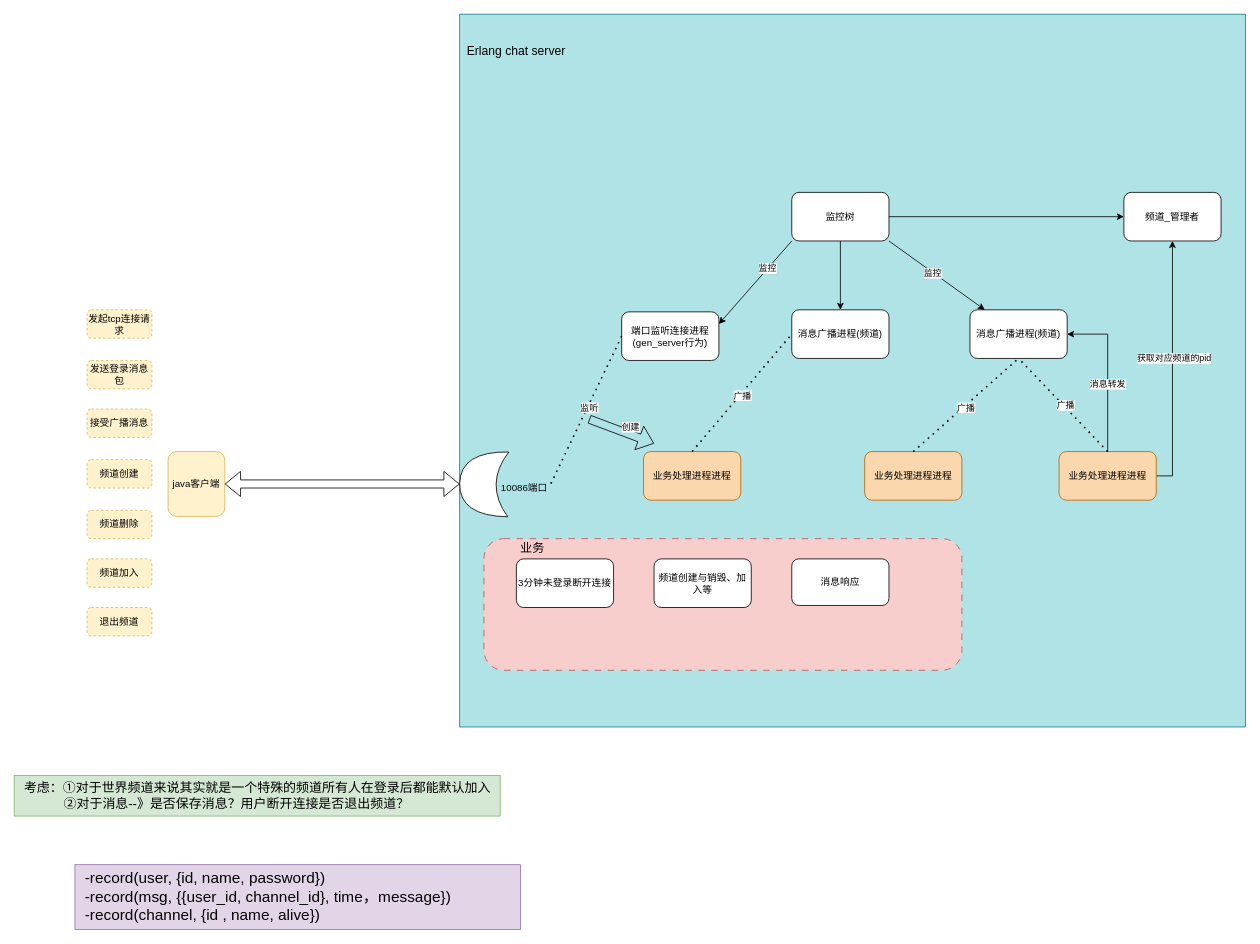
Earlier version of the draw.io diagram page "第 1 页" (1 of 3) of src/chat_server/思路.drawio (Sexy-Tunan/chat-room-server). Source tidied: cells renumbered, new cells numbered last; positions are measured from the earlier drawing's top-left corner, leaving out a move shared by most shapes. Both pictures are drawn from the tidied source at 81%, with x=0, y=0 at pixel (14, 14).
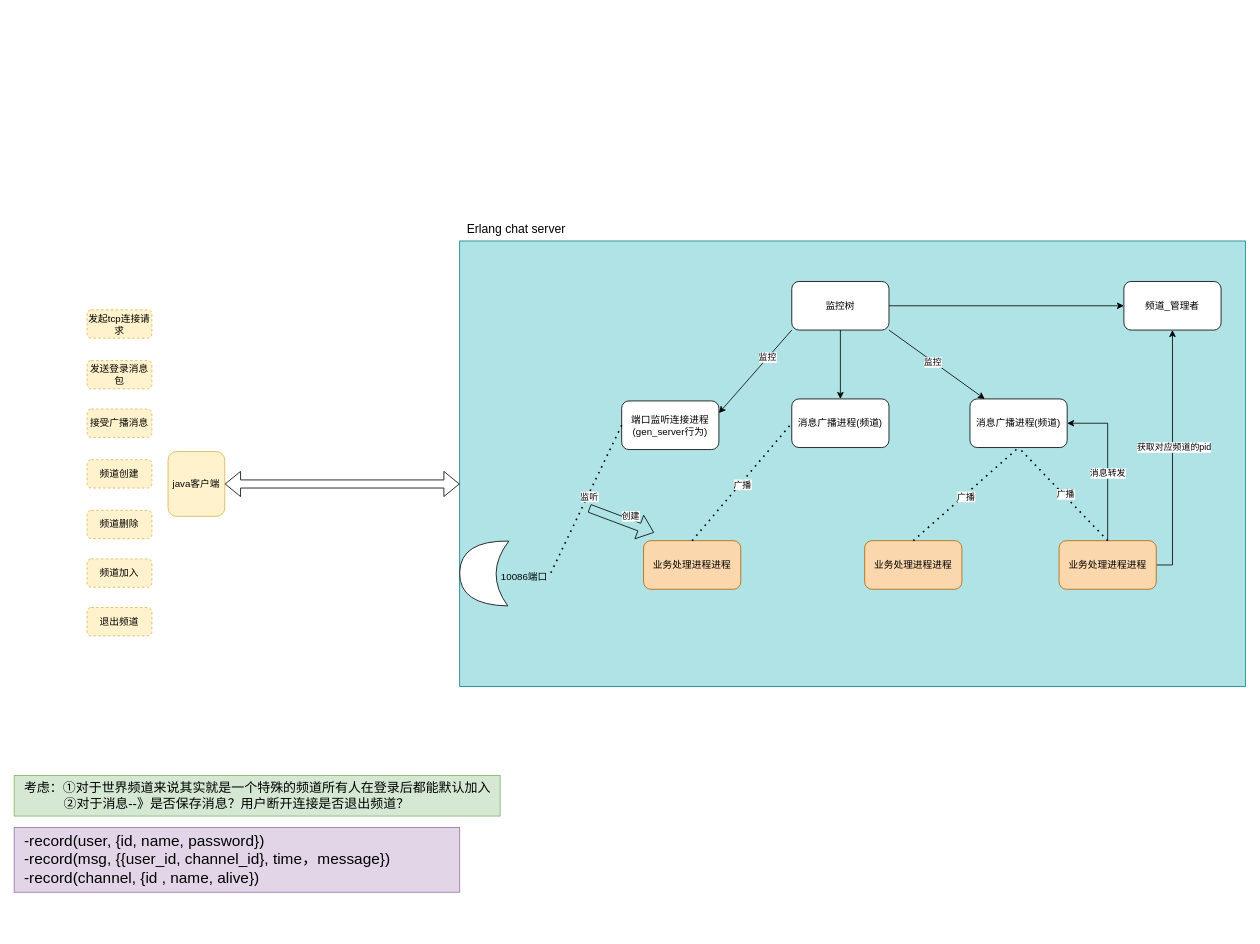
After the change.

Change to the diagram source:
```diff
@@
     <mxCell id="2" style="rounded=0;whiteSpace=wrap;html=1;fillColor=#b0e3e6;strokeColor=#0e8088;" parent="1" vertex="1">
-      <mxGeometry x="550" width="970" height="880" as="geometry" />
+      <mxGeometry x="550" y="280" width="970" height="550" as="geometry" />
     </mxCell>
-    <mxCell id="3" style="rounded=1;whiteSpace=wrap;html=1;dashed=1;dashPattern=8 8;fillColor=#f8cecc;strokeColor=#b85450;" parent="1" vertex="1">
-      <mxGeometry x="580" y="647.5" width="590" height="162.5" as="geometry" />
-    </mxCell>
@@
     <mxCell id="6" value="端口监听连接进程&lt;br&gt;(gen_server行为)" style="rounded=1;whiteSpace=wrap;html=1;" parent="1" vertex="1">
-      <mxGeometry x="750" y="367.5" width="120" height="60" as="geometry" />
+      <mxGeometry x="750" y="477.5" width="120" height="60" as="geometry" />
     </mxCell>
     <mxCell id="7" value="业务处理进程进程" style="rounded=1;whiteSpace=wrap;html=1;fillColor=#fad7ac;strokeColor=#b46504;" parent="1" vertex="1">
-      <mxGeometry x="777" y="540" width="120" height="60" as="geometry" />
+      <mxGeometry x="777" y="650" width="120" height="60" as="geometry" />
     </mxCell>
-    <mxCell id="8" value="3分钟未登录断开连接" style="rounded=1;whiteSpace=wrap;html=1;" parent="1" vertex="1">
-      <mxGeometry x="620" y="672.5" width="120" height="60" as="geometry" />
-    </mxCell>
@@
     <mxCell id="13" value="&lt;div style=&quot;text-align: left;&quot;&gt;&lt;span style=&quot;background-color: transparent; color: light-dark(rgb(0, 0, 0), rgb(255, 255, 255));&quot;&gt;&lt;font style=&quot;font-size: 19px;&quot;&gt;-record(user, {id, name, password})&lt;/font&gt;&lt;/span&gt;&lt;/div&gt;&lt;div style=&quot;text-align: left;&quot;&gt;&lt;span style=&quot;background-color: transparent; color: light-dark(rgb(0, 0, 0), rgb(255, 255, 255));&quot;&gt;&lt;font style=&quot;font-size: 19px;&quot;&gt;-record(msg, {{user_id, channel_id},&amp;nbsp;&lt;/font&gt;&lt;/span&gt;&lt;span style=&quot;font-size: 19px; background-color: transparent; color: light-dark(rgb(0, 0, 0), rgb(255, 255, 255));&quot;&gt;time，&lt;/span&gt;&lt;span style=&quot;font-size: 19px; background-color: transparent; color: light-dark(rgb(0, 0, 0), rgb(255, 255, 255));&quot;&gt;message})&amp;nbsp; &amp;nbsp; &amp;nbsp; &amp;nbsp; &amp;nbsp; &amp;nbsp; &amp;nbsp;&amp;nbsp;&lt;/span&gt;&lt;/div&gt;&lt;div style=&quot;text-align: left;&quot;&gt;&lt;font style=&quot;font-size: 19px;&quot;&gt;-record(channel, {id , name, alive})&lt;/font&gt;&lt;/div&gt;" style="text;html=1;align=center;verticalAlign=middle;strokeColor=#9673a6;fillColor=#e1d5e7;" parent="1" vertex="1">
-      <mxGeometry x="75" y="1050" width="550" height="80" as="geometry" />
+      <mxGeometry y="1004" width="550" height="80" as="geometry" />
     </mxCell>
@@
     <mxCell id="18" value="&lt;font style=&quot;font-size: 15px;&quot;&gt;Erlang chat server&lt;/font&gt;" style="text;html=1;align=center;verticalAlign=middle;whiteSpace=wrap;rounded=0;" parent="1" vertex="1">
-      <mxGeometry x="550" y="30" width="140" height="30" as="geometry" />
+      <mxGeometry x="550" y="250" width="140" height="30" as="geometry" />
     </mxCell>
     <mxCell id="19" style="shape=xor;whiteSpace=wrap;html=1;rotation=-179;" parent="1" vertex="1">
-      <mxGeometry x="550" y="540" width="60" height="80" as="geometry" />
+      <mxGeometry x="550" y="650" width="60" height="80" as="geometry" />
     </mxCell>
     <mxCell id="20" value="10086端口" style="text;html=1;align=center;verticalAlign=middle;whiteSpace=wrap;rounded=0;" parent="1" vertex="1">
-      <mxGeometry x="600" y="570" width="60" height="30" as="geometry" />
+      <mxGeometry x="600" y="680" width="60" height="30" as="geometry" />
     </mxCell>
@@
     <mxCell id="23" style="shape=flexArrow;endArrow=classic;html=1;rounded=0;" parent="1" edge="1">
       <mxGeometry relative="1" as="geometry">
-        <mxPoint x="710" y="500" as="sourcePoint" />
-        <mxPoint x="790" y="530" as="targetPoint" />
+        <mxPoint x="710" y="610" as="sourcePoint" />
+        <mxPoint x="790" y="640" as="targetPoint" />
       </mxGeometry>
     </mxCell>
@@
-    <mxCell id="25" value="&lt;font style=&quot;font-size: 15px;&quot;&gt;业务&lt;/font&gt;" style="text;html=1;align=center;verticalAlign=middle;whiteSpace=wrap;rounded=0;" parent="1" vertex="1">
-      <mxGeometry x="605" y="642.5" width="70" height="30" as="geometry" />
-    </mxCell>
@@
     <mxCell id="28" value="监控树" style="rounded=1;whiteSpace=wrap;html=1;" parent="1" vertex="1">
-      <mxGeometry x="960" y="220" width="120" height="60" as="geometry" />
+      <mxGeometry x="960" y="330" width="120" height="60" as="geometry" />
     </mxCell>
@@
     <mxCell id="31" value="消息广播进程(频道)" style="rounded=1;whiteSpace=wrap;html=1;" parent="1" vertex="1">
-      <mxGeometry x="960" y="365" width="120" height="60" as="geometry" />
+      <mxGeometry x="960" y="475" width="120" height="60" as="geometry" />
     </mxCell>
-    <mxCell id="32" value="频道创建与销毁、加入等" style="rounded=1;whiteSpace=wrap;html=1;" parent="1" vertex="1">
-      <mxGeometry x="790" y="672.5" width="120" height="60" as="geometry" />
-    </mxCell>
     <mxCell id="33" value="业务处理进程进程" style="rounded=1;whiteSpace=wrap;html=1;fillColor=#fad7ac;strokeColor=#b46504;" parent="1" vertex="1">
-      <mxGeometry x="1050" y="540" width="120" height="60" as="geometry" />
+      <mxGeometry x="1050" y="650" width="120" height="60" as="geometry" />
     </mxCell>
@@
-    <mxCell id="38" value="消息响应" style="rounded=1;whiteSpace=wrap;html=1;" parent="1" vertex="1">
-      <mxGeometry x="960" y="672.5" width="120" height="57.5" as="geometry" />
-    </mxCell>
     <mxCell id="39" style="edgeStyle=orthogonalEdgeStyle;rounded=0;jettySize=auto;html=1;" parent="1" edge="1" source="43" target="49">
       <mxGeometry relative="1" as="geometry">
         <Array as="points">
-          <mxPoint x="1430" y="570" />
+          <mxPoint x="1430" y="680" />
         </Array>
       </mxGeometry>
     </mxCell>
@@
     <mxCell id="43" value="业务处理进程进程" style="rounded=1;whiteSpace=wrap;html=1;fillColor=#fad7ac;strokeColor=#b46504;" parent="1" vertex="1">
-      <mxGeometry x="1290" y="540" width="120" height="60" as="geometry" />
+      <mxGeometry x="1290" y="650" width="120" height="60" as="geometry" />
     </mxCell>
     <mxCell id="44" value="消息广播进程(频道)" style="rounded=1;whiteSpace=wrap;html=1;" parent="1" vertex="1">
-      <mxGeometry x="1180" y="365" width="120" height="60" as="geometry" />
+      <mxGeometry x="1180" y="475" width="120" height="60" as="geometry" />
     </mxCell>
@@
     <mxCell id="49" value="频道_管理者" style="rounded=1;whiteSpace=wrap;html=1;" parent="1" vertex="1">
-      <mxGeometry x="1370" y="220" width="120" height="60" as="geometry" />
+      <mxGeometry x="1370" y="330" width="120" height="60" as="geometry" />
     </mxCell>
```
